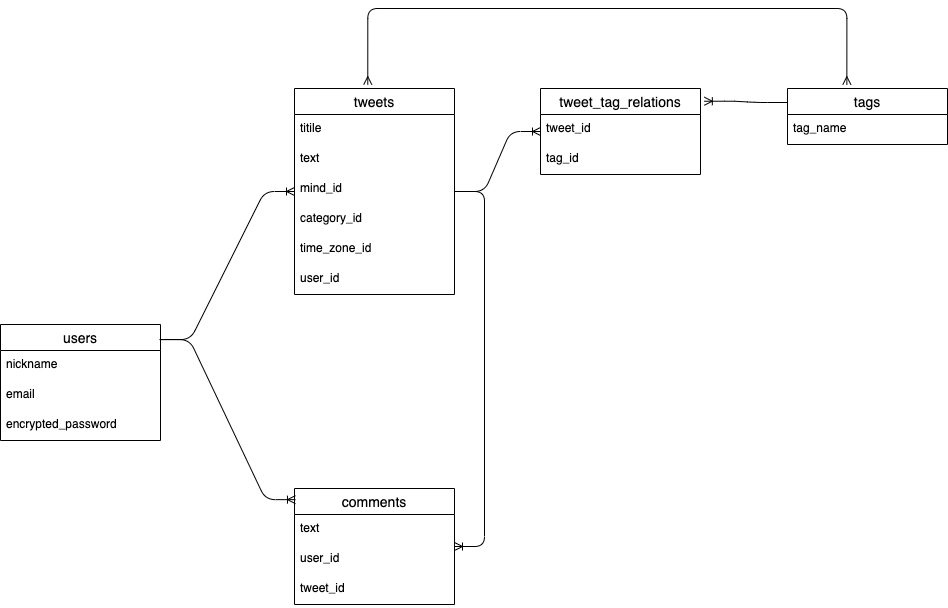
This is app/controllers/nemuru.drawio.png from yuki-brave/nemuru, a draw.io export, as it was before one commit. Source tidied: cells renumbered, new cells last; positions are measured from the earlier drawing's top-left corner, leaving out a move shared by most shapes.
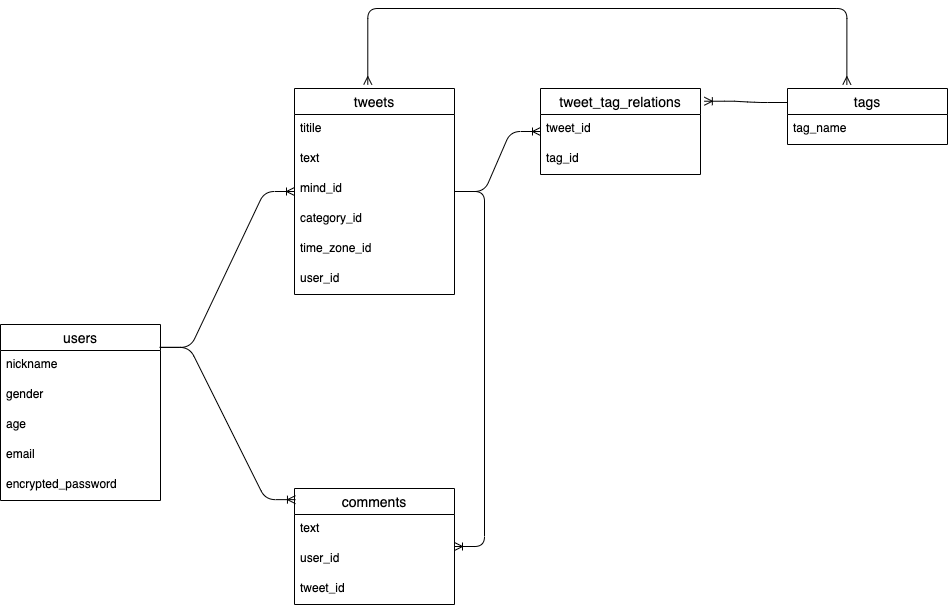
Above is the later version.

What changed in the source:
```diff
@@ -3,16 +3,22 @@
     <mxCell id="0" />
     <mxCell id="1" parent="0" />
     <mxCell id="2" value="users" style="swimlane;fontStyle=0;horizontal=1;startSize=26;align=center;fontSize=14;" parent="1" vertex="1">
-      <mxGeometry y="316" width="160" height="116" as="geometry" />
+      <mxGeometry y="316" width="160" height="176" as="geometry" />
     </mxCell>
     <mxCell id="3" value="nickname" style="text;strokeColor=none;fillColor=none;spacingLeft=4;spacingRight=4;overflow=hidden;fontSize=12;" parent="2" vertex="1">
       <mxGeometry y="26" width="160" height="30" as="geometry" />
     </mxCell>
+    <mxCell id="28" value="gender" style="text;strokeColor=none;fillColor=none;spacingLeft=4;spacingRight=4;overflow=hidden;fontSize=12;" parent="2" vertex="1">
+      <mxGeometry y="56" width="160" height="30" as="geometry" />
+    </mxCell>
+    <mxCell id="29" value="age" style="text;strokeColor=none;fillColor=none;spacingLeft=4;spacingRight=4;overflow=hidden;fontSize=12;" parent="2" vertex="1">
+      <mxGeometry y="86" width="160" height="30" as="geometry" />
+    </mxCell>
     <mxCell id="4" value="email" style="text;strokeColor=none;fillColor=none;spacingLeft=4;spacingRight=4;overflow=hidden;fontSize=12;" parent="2" vertex="1">
-      <mxGeometry y="56" width="160" height="30" as="geometry" />
+      <mxGeometry y="116" width="160" height="30" as="geometry" />
     </mxCell>
     <mxCell id="5" value="encrypted_password" style="text;strokeColor=none;fillColor=none;spacingLeft=4;spacingRight=4;overflow=hidden;fontSize=12;" parent="2" vertex="1">
-      <mxGeometry y="86" width="160" height="30" as="geometry" />
+      <mxGeometry y="146" width="160" height="30" as="geometry" />
     </mxCell>
     <mxCell id="6" value="tweets" style="swimlane;fontStyle=0;horizontal=1;startSize=26;align=center;fontSize=14;" parent="1" vertex="1">
       <mxGeometry x="294" y="80" width="160" height="206" as="geometry" />
```
